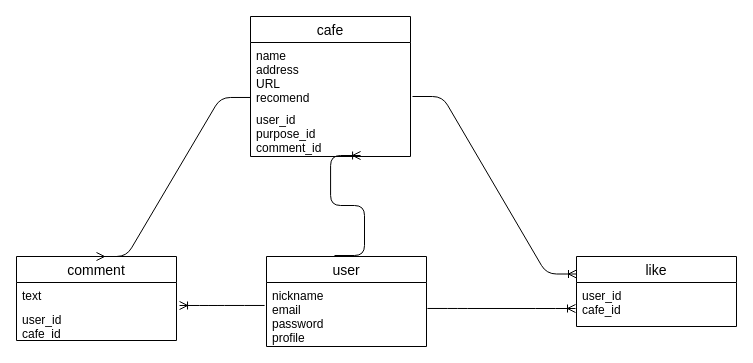
Earlier version of the draw.io diagram er.dio (teru-sei/repos). Source tidied: cells renumbered, new cells numbered last; positions are measured from the earlier drawing's top-left corner, leaving out a move shared by most shapes. Both pictures are drawn from the tidied source at 100%, with x=0, y=0 at pixel (16, 16).
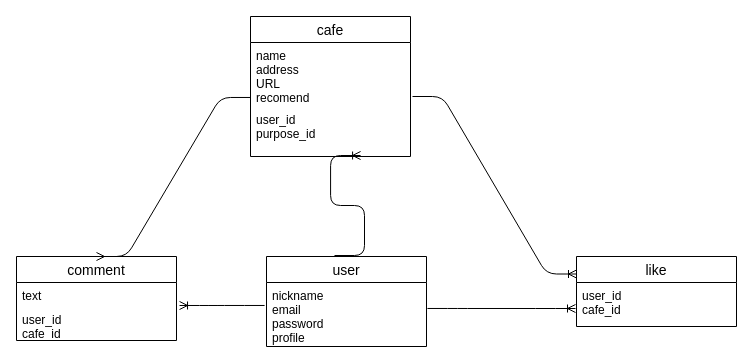
After the change.

Change to the diagram source:
```diff
@@
 <mxGraphModel>
   <root>
     <mxCell id="0" />
     <mxCell id="1" parent="0" />
     <mxCell id="2" value="cafe" style="swimlane;fontStyle=0;horizontal=1;startSize=26;align=center;fontSize=14;" parent="1" vertex="1">
       <mxGeometry x="234" width="160" height="140" as="geometry" />
     </mxCell>
     <mxCell id="3" value="name&#10;address&#10;URL&#10;recomend&#10;" style="text;strokeColor=none;fillColor=none;spacingLeft=4;spacingRight=4;overflow=hidden;points=[[0,0.5],[1,0.5]];portConstraint=eastwest;fontSize=12;" parent="2" vertex="1">
       <mxGeometry y="26" width="160" height="64" as="geometry" />
     </mxCell>
-    <mxCell id="4" value="user_id&#10;purpose_id&#10;comment_id" style="text;strokeColor=none;fillColor=none;spacingLeft=4;spacingRight=4;overflow=hidden;points=[[0,0.5],[1,0.5]];portConstraint=eastwest;fontSize=12;" parent="2" vertex="1">
+    <mxCell id="4" value="user_id&#10;purpose_id" style="text;strokeColor=none;fillColor=none;spacingLeft=4;spacingRight=4;overflow=hidden;points=[[0,0.5],[1,0.5]];portConstraint=eastwest;fontSize=12;" parent="2" vertex="1">
       <mxGeometry y="90" width="160" height="50" as="geometry" />
     </mxCell>
     <mxCell id="5" value="user" style="swimlane;fontStyle=0;horizontal=1;startSize=26;align=center;fontSize=14;" parent="1" vertex="1">
       <mxGeometry x="250" y="240" width="160" height="90" as="geometry" />
     </mxCell>
     <mxCell id="6" value="nickname&#10;email&#10;password&#10;profile&#10;" style="text;strokeColor=none;fillColor=none;spacingLeft=4;spacingRight=4;overflow=hidden;points=[[0,0.5],[1,0.5]];portConstraint=eastwest;fontSize=12;" parent="5" vertex="1">
       <mxGeometry y="26" width="160" height="64" as="geometry" />
     </mxCell>
     <mxCell id="7" value="comment" style="swimlane;fontStyle=0;horizontal=1;startSize=26;align=center;fontSize=14;" parent="1" vertex="1">
       <mxGeometry y="240" width="160" height="84" as="geometry" />
     </mxCell>
     <mxCell id="8" value="text" style="text;strokeColor=none;fillColor=none;spacingLeft=4;spacingRight=4;overflow=hidden;points=[[0,0.5],[1,0.5]];portConstraint=eastwest;fontSize=12;" parent="7" vertex="1">
       <mxGeometry y="26" width="160" height="24" as="geometry" />
     </mxCell>
     <mxCell id="9" value="user_id&#10;cafe_id" style="text;strokeColor=none;fillColor=none;spacingLeft=4;spacingRight=4;overflow=hidden;fontSize=12;" parent="7" vertex="1">
       <mxGeometry y="50" width="160" height="34" as="geometry" />
     </mxCell>
     <mxCell id="10" style="edgeStyle=entityRelationEdgeStyle;fontSize=12;html=1;endArrow=ERmany;exitX=0;exitY=0.859;exitDx=0;exitDy=0;entryX=0.5;entryY=0;entryDx=0;entryDy=0;exitPerimeter=0;" parent="1" edge="1" source="3" target="7">
       <mxGeometry relative="1" as="geometry" />
     </mxCell>
     <mxCell id="11" style="edgeStyle=entityRelationEdgeStyle;fontSize=12;html=1;endArrow=ERoneToMany;exitX=-0.012;exitY=0.359;exitDx=0;exitDy=0;exitPerimeter=0;entryX=1.019;entryY=0.958;entryDx=0;entryDy=0;entryPerimeter=0;" parent="1" edge="1" source="6" target="8">
       <mxGeometry relative="1" as="geometry" />
     </mxCell>
     <mxCell id="12" value="like" style="swimlane;fontStyle=0;horizontal=1;startSize=26;align=center;fontSize=14;" parent="1" vertex="1">
       <mxGeometry x="560" y="240" width="160" height="70" as="geometry" />
     </mxCell>
     <mxCell id="13" value="user_id&#10;cafe_id" style="text;strokeColor=none;fillColor=none;spacingLeft=4;spacingRight=4;overflow=hidden;fontSize=12;" parent="12" vertex="1">
       <mxGeometry y="26" width="160" height="44" as="geometry" />
     </mxCell>
     <mxCell id="14" style="edgeStyle=entityRelationEdgeStyle;fontSize=12;html=1;endArrow=ERoneToMany;entryX=0;entryY=0.25;entryDx=0;entryDy=0;" parent="1" edge="1" target="12">
       <mxGeometry relative="1" as="geometry">
         <mxPoint x="396" y="80" as="sourcePoint" />
       </mxGeometry>
     </mxCell>
     <mxCell id="15" style="edgeStyle=entityRelationEdgeStyle;fontSize=12;html=1;endArrow=ERoneToMany;exitX=1.006;exitY=0.406;exitDx=0;exitDy=0;exitPerimeter=0;" parent="1" edge="1" source="6">
       <mxGeometry relative="1" as="geometry">
         <mxPoint x="559" y="292" as="targetPoint" />
       </mxGeometry>
     </mxCell>
     <mxCell id="16" style="edgeStyle=entityRelationEdgeStyle;fontSize=12;html=1;endArrow=ERoneToMany;entryX=0.688;entryY=0.98;entryDx=0;entryDy=0;entryPerimeter=0;" parent="1" edge="1" target="4">
       <mxGeometry relative="1" as="geometry">
         <mxPoint x="318" y="239" as="sourcePoint" />
       </mxGeometry>
     </mxCell>
   </root>
 </mxGraphModel>
```
